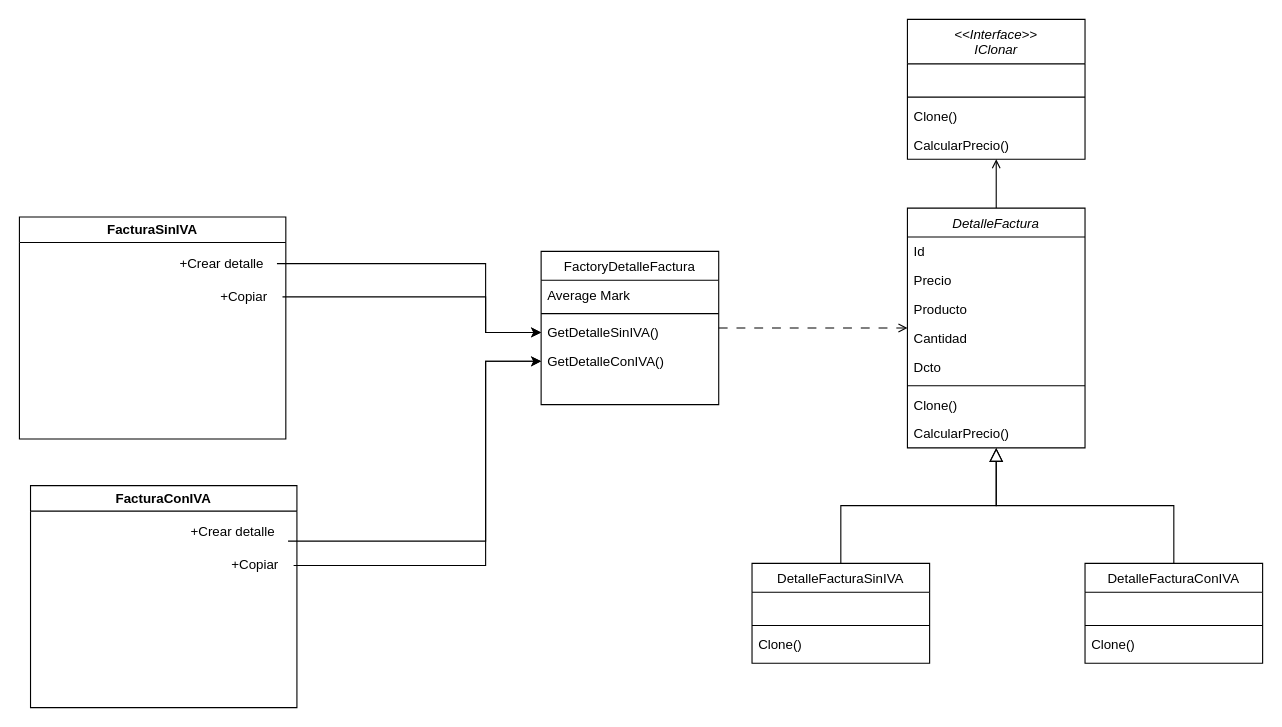
Before: PrototypeExample.drawio in david-med/archivos, a draw.io diagram. Source tidied: cells renumbered, new cells numbered last; positions are measured from the earlier drawing's top-left corner, leaving out a move shared by most shapes. Both pictures are drawn from the tidied source at 111%, with x=0, y=0 at pixel (19, 19).
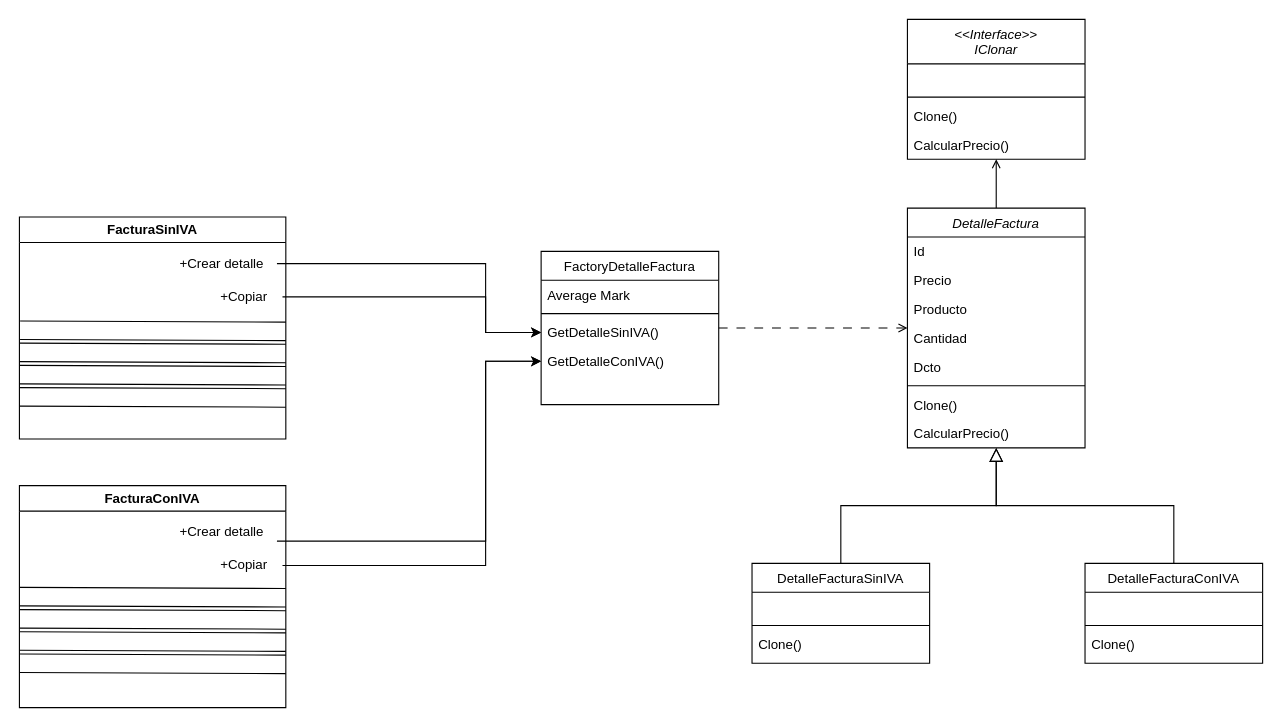
The same page after the edit.

Unchanged cells that the change refers to:
```xml
<mxCell id="33" value="FacturaSinIVA" style="swimlane;whiteSpace=wrap;html=1;" parent="1" vertex="1">
  <mxGeometry y="178" width="240" height="200" as="geometry" />
</mxCell>
```

Diff of the diagram source:
```diff
@@
+    <mxCell id="43" style="shape=link;html=1;rounded=0;entryX=1.035;entryY=1.032;entryDx=0;entryDy=0;entryPerimeter=0;width=16.666666666666664;verticalAlign=middle;" parent="33" edge="1">
+      <mxGeometry relative="1" as="geometry">
+        <mxPoint x="0.6" y="102" as="sourcePoint" />
+        <mxPoint x="240" y="103" as="targetPoint" />
+      </mxGeometry>
+    </mxCell>
+    <mxCell id="44" style="shape=link;html=1;rounded=0;entryX=1.035;entryY=1.032;entryDx=0;entryDy=0;entryPerimeter=0;width=16.666666666666664;verticalAlign=middle;" parent="33" edge="1">
+      <mxGeometry relative="1" as="geometry">
+        <mxPoint x="0.5" y="162" as="sourcePoint" />
+        <mxPoint x="240" y="163" as="targetPoint" />
+      </mxGeometry>
+    </mxCell>
+    <mxCell id="45" style="shape=link;html=1;rounded=0;entryX=1.035;entryY=1.032;entryDx=0;entryDy=0;entryPerimeter=0;width=16.666666666666664;verticalAlign=middle;" parent="33" edge="1">
+      <mxGeometry relative="1" as="geometry">
+        <mxPoint x="0.5" y="142" as="sourcePoint" />
+        <mxPoint x="240" y="143" as="targetPoint" />
+      </mxGeometry>
+    </mxCell>
+    <mxCell id="46" style="shape=link;html=1;rounded=0;entryX=1.035;entryY=1.032;entryDx=0;entryDy=0;entryPerimeter=0;width=16.666666666666664;verticalAlign=middle;" parent="33" edge="1">
+      <mxGeometry relative="1" as="geometry">
+        <mxPoint x="0.5" y="122" as="sourcePoint" />
+        <mxPoint x="240" y="123" as="targetPoint" />
+      </mxGeometry>
+    </mxCell>
@@
     <mxCell id="38" value="FacturaConIVA" style="swimlane;whiteSpace=wrap;html=1;" parent="1" vertex="1">
-      <mxGeometry x="10" y="420" width="240" height="200" as="geometry" />
+      <mxGeometry y="420" width="240" height="200" as="geometry" />
     </mxCell>
@@
+    <mxCell id="47" style="shape=link;html=1;rounded=0;entryX=1.035;entryY=1.032;entryDx=0;entryDy=0;entryPerimeter=0;width=16.666666666666664;verticalAlign=middle;" parent="38" edge="1">
+      <mxGeometry relative="1" as="geometry">
+        <mxPoint x="0.5" y="100" as="sourcePoint" />
+        <mxPoint x="240" y="101" as="targetPoint" />
+      </mxGeometry>
+    </mxCell>
+    <mxCell id="48" style="shape=link;html=1;rounded=0;entryX=1.035;entryY=1.032;entryDx=0;entryDy=0;entryPerimeter=0;width=16.666666666666664;verticalAlign=middle;" parent="38" edge="1">
+      <mxGeometry relative="1" as="geometry">
+        <mxPoint x="0.5" y="160" as="sourcePoint" />
+        <mxPoint x="240" y="161" as="targetPoint" />
+      </mxGeometry>
+    </mxCell>
+    <mxCell id="49" style="shape=link;html=1;rounded=0;entryX=1.035;entryY=1.032;entryDx=0;entryDy=0;entryPerimeter=0;width=16.666666666666664;verticalAlign=middle;" parent="38" edge="1">
+      <mxGeometry relative="1" as="geometry">
+        <mxPoint x="0.5" y="140" as="sourcePoint" />
+        <mxPoint x="240" y="141" as="targetPoint" />
+      </mxGeometry>
+    </mxCell>
+    <mxCell id="50" style="shape=link;html=1;rounded=0;entryX=1.035;entryY=1.032;entryDx=0;entryDy=0;entryPerimeter=0;width=16.666666666666664;verticalAlign=middle;" parent="38" edge="1">
+      <mxGeometry relative="1" as="geometry">
+        <mxPoint x="0.5" y="120" as="sourcePoint" />
+        <mxPoint x="240" y="121" as="targetPoint" />
+      </mxGeometry>
+    </mxCell>
```
